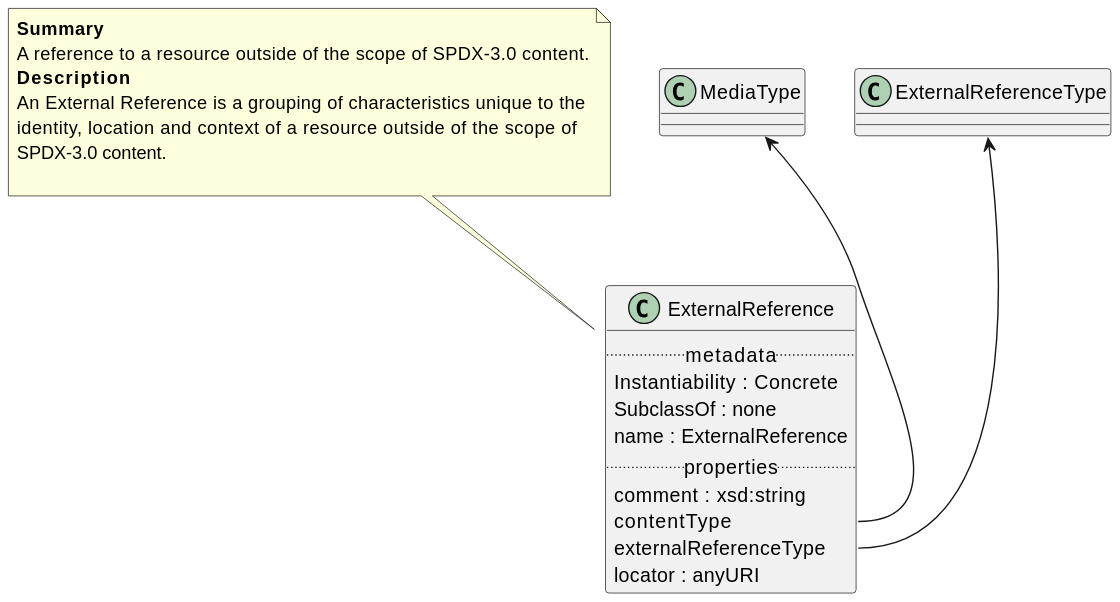
The PlantUML diagram Classes/ExternalReference.svg in maxhbr/spec-parser.hs, before a commit.
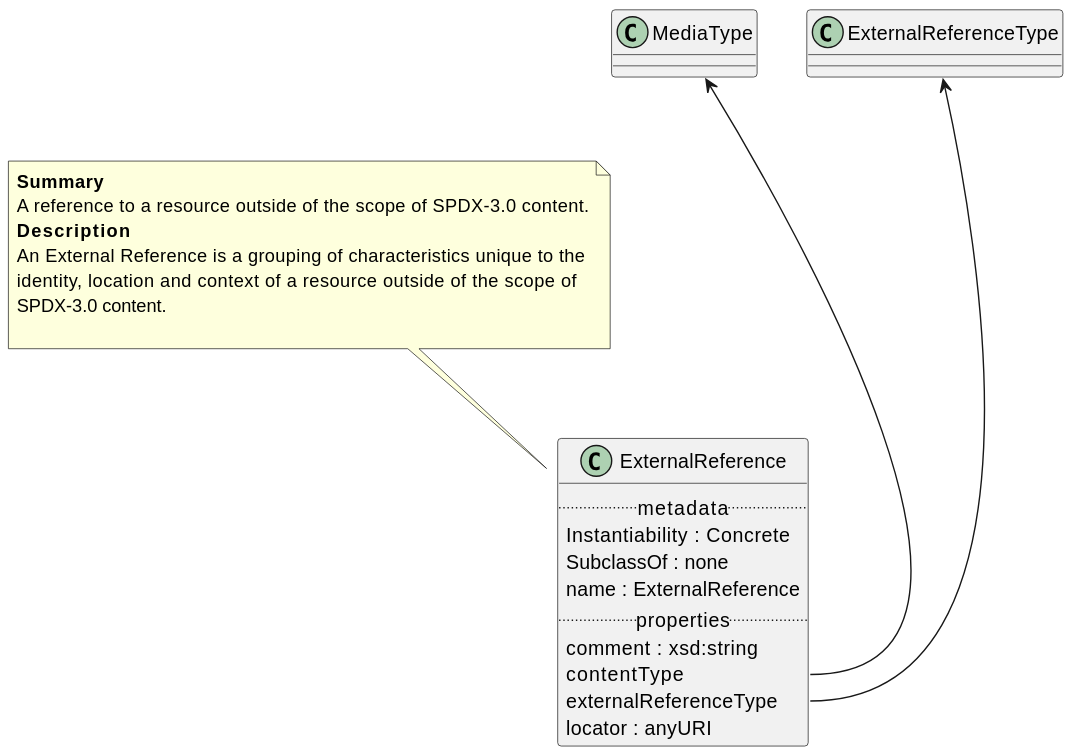
The same diagram one commit later.

Diff of the diagram source:
```diff
@@ -19,6 +19,6 @@
 SPDX-3.0 content.
 
 end note
-"MediaType" <-- "ExternalReference::contentType"
-"ExternalReferenceType" <-- "ExternalReference::externalReferenceType"
+"MediaType" <--- "ExternalReference::contentType"
+"ExternalReferenceType" <--- "ExternalReference::externalReferenceType"
 @enduml
```
